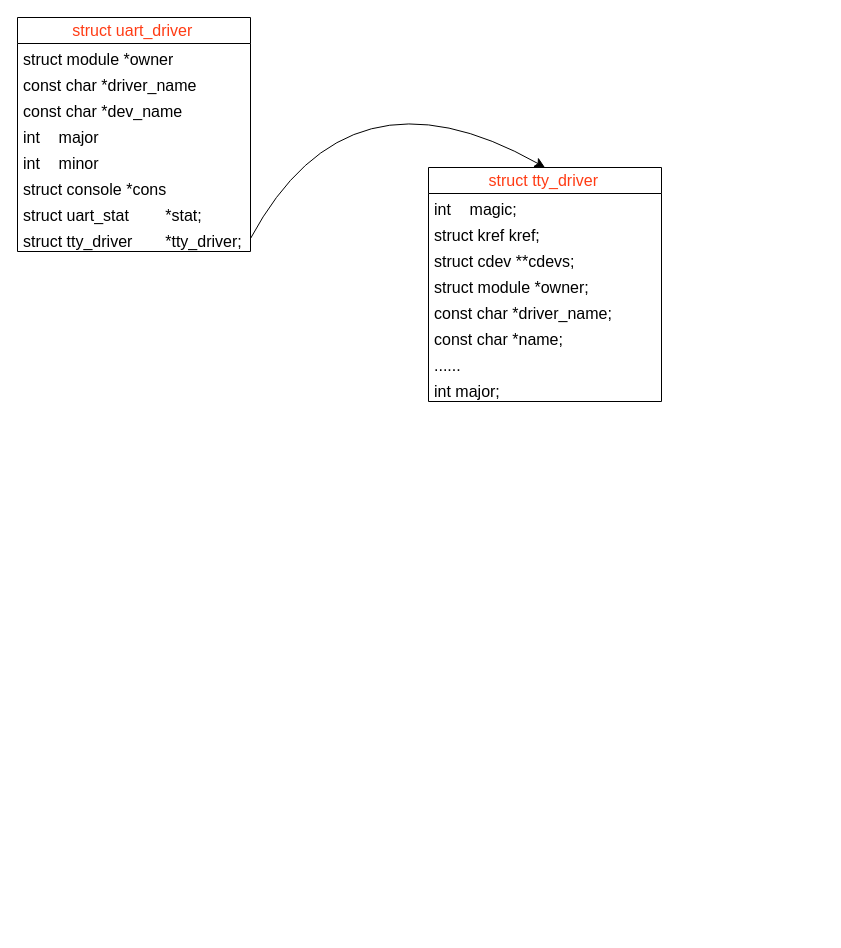
Earlier version of the draw.io diagram uart/uart-struct.drawio (ktinkone/draw-io-works). Source tidied: cells renumbered, new cells numbered last; positions are measured from the earlier drawing's top-left corner, leaving out a move shared by most shapes. Both pictures are drawn from the tidied source at 100%, with x=0, y=0 at pixel (17, 17).
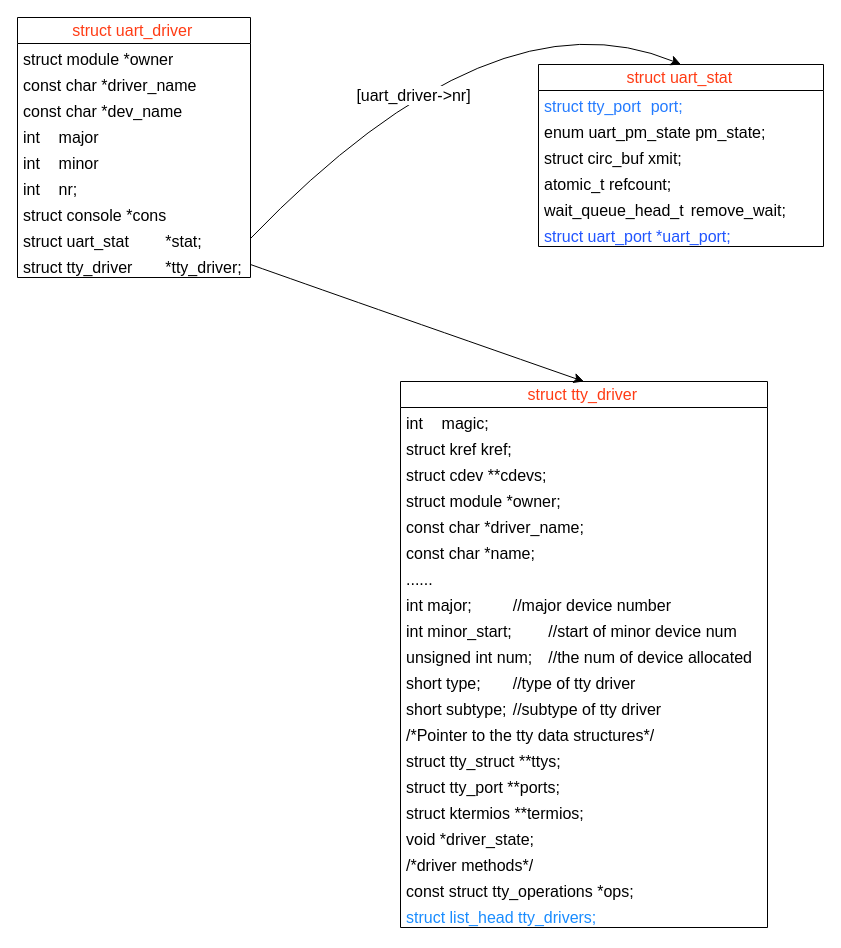
Above is the later version.

Change to the diagram source:
```diff
@@
     <mxCell id="2" value="&lt;font color=&quot;#ff3b14&quot;&gt;struct uart_driver&amp;nbsp;&lt;/font&gt;" style="swimlane;fontStyle=0;horizontal=1;startSize=26;fillColor=none;html=1;fontSize=16;" parent="1" vertex="1">
-      <mxGeometry width="233" height="234" as="geometry" />
+      <mxGeometry width="233" height="260" as="geometry" />
     </mxCell>
@@
+    <mxCell id="21" value="int&lt;span style=&quot;white-space: pre;&quot;&gt;&#9;&lt;/span&gt;nr;" style="text;strokeColor=none;fillColor=none;align=left;verticalAlign=top;spacingLeft=4;spacingRight=4;overflow=hidden;whiteSpace=wrap;html=1;fontSize=16;" parent="2" vertex="1">
+      <mxGeometry y="156" width="233" height="26" as="geometry" />
+    </mxCell>
     <mxCell id="8" value="struct console *cons" style="text;strokeColor=none;fillColor=none;align=left;verticalAlign=top;spacingLeft=4;spacingRight=4;overflow=hidden;whiteSpace=wrap;html=1;fontSize=16;" parent="2" vertex="1">
-      <mxGeometry y="156" width="233" height="26" as="geometry" />
+      <mxGeometry y="182" width="233" height="26" as="geometry" />
     </mxCell>
     <mxCell id="9" value="struct uart_stat&lt;span style=&quot;white-space: pre;&quot;&gt;&#9;&lt;/span&gt;*stat;" style="text;strokeColor=none;fillColor=none;align=left;verticalAlign=top;spacingLeft=4;spacingRight=4;overflow=hidden;points=[[0,0.5],[1,0.5]];portConstraint=eastwest;whiteSpace=wrap;html=1;fontSize=16;" parent="2" vertex="1">
-      <mxGeometry y="182" width="233" height="26" as="geometry" />
+      <mxGeometry y="208" width="233" height="26" as="geometry" />
     </mxCell>
     <mxCell id="10" value="struct tty_driver&lt;span style=&quot;white-space: pre;&quot;&gt;&#9;&lt;/span&gt;*tty_driver;" style="text;strokeColor=none;fillColor=none;align=left;verticalAlign=top;spacingLeft=4;spacingRight=4;overflow=hidden;points=[[0,0.5],[1,0.5]];portConstraint=eastwest;whiteSpace=wrap;html=1;fontSize=16;" parent="2" vertex="1">
-      <mxGeometry y="208" width="233" height="26" as="geometry" />
+      <mxGeometry y="234" width="233" height="26" as="geometry" />
     </mxCell>
     <mxCell id="11" value="&lt;font color=&quot;#ff3b14&quot;&gt;struct tty_driver&amp;nbsp;&lt;/font&gt;" style="swimlane;fontStyle=0;horizontal=1;startSize=26;fillColor=none;html=1;fontSize=16;" parent="1" vertex="1">
-      <mxGeometry x="411" y="150" width="233" height="234" as="geometry" />
+      <mxGeometry x="383" y="364" width="367" height="546" as="geometry" />
     </mxCell>
     <mxCell id="12" value="int&lt;span style=&quot;white-space: pre;&quot;&gt;&#9;&lt;/span&gt;magic;" style="text;strokeColor=none;fillColor=none;align=left;verticalAlign=top;spacingLeft=4;spacingRight=4;overflow=hidden;whiteSpace=wrap;html=1;fontSize=16;" parent="11" vertex="1">
-      <mxGeometry y="26" width="233" height="26" as="geometry" />
+      <mxGeometry y="26" width="367" height="26" as="geometry" />
     </mxCell>
     <mxCell id="13" value="struct kref kref;" style="text;strokeColor=none;fillColor=none;align=left;verticalAlign=top;spacingLeft=4;spacingRight=4;overflow=hidden;whiteSpace=wrap;html=1;fontSize=16;" parent="11" vertex="1">
-      <mxGeometry y="52" width="233" height="26" as="geometry" />
+      <mxGeometry y="52" width="367" height="26" as="geometry" />
     </mxCell>
     <mxCell id="14" value="struct cdev **cdevs;" style="text;strokeColor=none;fillColor=none;align=left;verticalAlign=top;spacingLeft=4;spacingRight=4;overflow=hidden;whiteSpace=wrap;html=1;fontSize=16;" parent="11" vertex="1">
-      <mxGeometry y="78" width="233" height="26" as="geometry" />
+      <mxGeometry y="78" width="367" height="26" as="geometry" />
     </mxCell>
     <mxCell id="15" value="struct module *owner;" style="text;strokeColor=none;fillColor=none;align=left;verticalAlign=top;spacingLeft=4;spacingRight=4;overflow=hidden;whiteSpace=wrap;html=1;fontSize=16;" parent="11" vertex="1">
-      <mxGeometry y="104" width="233" height="26" as="geometry" />
+      <mxGeometry y="104" width="367" height="26" as="geometry" />
     </mxCell>
     <mxCell id="16" value="const char *driver_name;" style="text;strokeColor=none;fillColor=none;align=left;verticalAlign=top;spacingLeft=4;spacingRight=4;overflow=hidden;whiteSpace=wrap;html=1;fontSize=16;" parent="11" vertex="1">
-      <mxGeometry y="130" width="233" height="26" as="geometry" />
+      <mxGeometry y="130" width="367" height="26" as="geometry" />
     </mxCell>
     <mxCell id="17" value="const char *name;" style="text;strokeColor=none;fillColor=none;align=left;verticalAlign=top;spacingLeft=4;spacingRight=4;overflow=hidden;whiteSpace=wrap;html=1;fontSize=16;" parent="11" vertex="1">
-      <mxGeometry y="156" width="233" height="26" as="geometry" />
+      <mxGeometry y="156" width="367" height="26" as="geometry" />
     </mxCell>
     <mxCell id="18" value="......" style="text;strokeColor=none;fillColor=none;align=left;verticalAlign=top;spacingLeft=4;spacingRight=4;overflow=hidden;whiteSpace=wrap;html=1;fontSize=16;" parent="11" vertex="1">
-      <mxGeometry y="182" width="233" height="26" as="geometry" />
+      <mxGeometry y="182" width="367" height="26" as="geometry" />
     </mxCell>
-    <mxCell id="19" value="int major;" style="text;strokeColor=none;fillColor=none;align=left;verticalAlign=top;spacingLeft=4;spacingRight=4;overflow=hidden;whiteSpace=wrap;html=1;fontSize=16;" parent="11" vertex="1">
-      <mxGeometry y="208" width="233" height="26" as="geometry" />
+    <mxCell id="19" value="int major;&lt;span style=&quot;white-space: pre;&quot;&gt;&#9;&lt;/span&gt;&lt;span style=&quot;white-space: pre;&quot;&gt;&#9;&lt;/span&gt;//major device number" style="text;strokeColor=none;fillColor=none;align=left;verticalAlign=top;spacingLeft=4;spacingRight=4;overflow=hidden;whiteSpace=wrap;html=1;fontSize=16;" parent="11" vertex="1">
+      <mxGeometry y="208" width="367" height="26" as="geometry" />
     </mxCell>
+    <mxCell id="22" value="int minor_start;&lt;span style=&quot;white-space: pre;&quot;&gt;&#9;&lt;/span&gt;//start of minor device num" style="text;strokeColor=none;fillColor=none;align=left;verticalAlign=top;spacingLeft=4;spacingRight=4;overflow=hidden;whiteSpace=wrap;html=1;fontSize=16;" parent="11" vertex="1">
+      <mxGeometry y="234" width="367" height="26" as="geometry" />
+    </mxCell>
+    <mxCell id="23" value="unsigned int num;&lt;span style=&quot;white-space: pre;&quot;&gt;&#9;&lt;/span&gt;//the num of device allocated" style="text;strokeColor=none;fillColor=none;align=left;verticalAlign=top;spacingLeft=4;spacingRight=4;overflow=hidden;whiteSpace=wrap;html=1;fontSize=16;" parent="11" vertex="1">
+      <mxGeometry y="260" width="367" height="26" as="geometry" />
+    </mxCell>
+    <mxCell id="24" value="short type;&lt;span style=&quot;white-space: pre;&quot;&gt;&#9;&lt;/span&gt;//type of tty driver" style="text;strokeColor=none;fillColor=none;align=left;verticalAlign=top;spacingLeft=4;spacingRight=4;overflow=hidden;whiteSpace=wrap;html=1;fontSize=16;" parent="11" vertex="1">
+      <mxGeometry y="286" width="367" height="26" as="geometry" />
+    </mxCell>
+    <mxCell id="25" value="short subtype;&lt;span style=&quot;white-space: pre;&quot;&gt;&#9;&lt;/span&gt;//subtype of tty driver" style="text;strokeColor=none;fillColor=none;align=left;verticalAlign=top;spacingLeft=4;spacingRight=4;overflow=hidden;whiteSpace=wrap;html=1;fontSize=16;" parent="11" vertex="1">
+      <mxGeometry y="312" width="367" height="26" as="geometry" />
+    </mxCell>
+    <mxCell id="26" value="/*Pointer to the tty data structures*/" style="text;strokeColor=none;fillColor=none;align=left;verticalAlign=top;spacingLeft=4;spacingRight=4;overflow=hidden;whiteSpace=wrap;html=1;fontSize=16;" parent="11" vertex="1">
+      <mxGeometry y="338" width="367" height="26" as="geometry" />
+    </mxCell>
+    <mxCell id="27" value="struct tty_struct **ttys;" style="text;strokeColor=none;fillColor=none;align=left;verticalAlign=top;spacingLeft=4;spacingRight=4;overflow=hidden;whiteSpace=wrap;html=1;fontSize=16;" parent="11" vertex="1">
+      <mxGeometry y="364" width="367" height="26" as="geometry" />
+    </mxCell>
+    <mxCell id="28" value="struct tty_port **ports;" style="text;strokeColor=none;fillColor=none;align=left;verticalAlign=top;spacingLeft=4;spacingRight=4;overflow=hidden;whiteSpace=wrap;html=1;fontSize=16;" parent="11" vertex="1">
+      <mxGeometry y="390" width="367" height="26" as="geometry" />
+    </mxCell>
+    <mxCell id="29" value="struct ktermios **termios;" style="text;strokeColor=none;fillColor=none;align=left;verticalAlign=top;spacingLeft=4;spacingRight=4;overflow=hidden;whiteSpace=wrap;html=1;fontSize=16;" parent="11" vertex="1">
+      <mxGeometry y="416" width="367" height="26" as="geometry" />
+    </mxCell>
+    <mxCell id="30" value="void *driver_state;" style="text;strokeColor=none;fillColor=none;align=left;verticalAlign=top;spacingLeft=4;spacingRight=4;overflow=hidden;whiteSpace=wrap;html=1;fontSize=16;" parent="11" vertex="1">
+      <mxGeometry y="442" width="367" height="26" as="geometry" />
+    </mxCell>
+    <mxCell id="31" value="/*driver methods*/" style="text;strokeColor=none;fillColor=none;align=left;verticalAlign=top;spacingLeft=4;spacingRight=4;overflow=hidden;whiteSpace=wrap;html=1;fontSize=16;" parent="11" vertex="1">
+      <mxGeometry y="468" width="367" height="26" as="geometry" />
+    </mxCell>
+    <mxCell id="32" value="const struct tty_operations *ops;" style="text;strokeColor=none;fillColor=none;align=left;verticalAlign=top;spacingLeft=4;spacingRight=4;overflow=hidden;whiteSpace=wrap;html=1;fontSize=16;" parent="11" vertex="1">
+      <mxGeometry y="494" width="367" height="26" as="geometry" />
+    </mxCell>
+    <mxCell id="33" value="&lt;font color=&quot;#198cff&quot;&gt;struct list_head tty_drivers;&lt;/font&gt;" style="text;strokeColor=none;fillColor=none;align=left;verticalAlign=top;spacingLeft=4;spacingRight=4;overflow=hidden;whiteSpace=wrap;html=1;fontSize=16;" parent="11" vertex="1">
+      <mxGeometry y="520" width="367" height="26" as="geometry" />
+    </mxCell>
     <mxCell id="20" style="edgeStyle=none;curved=1;rounded=0;jettySize=auto;html=1;exitX=1;exitY=0.5;exitDx=0;exitDy=0;entryX=0.5;entryY=0;entryDx=0;entryDy=0;fontSize=12;startSize=8;endSize=8;" parent="1" edge="1" source="10" target="11">
       <mxGeometry relative="1" as="geometry">
         <Array as="points">
-          <mxPoint x="331" y="39" />
+          <mxPoint x="326" y="280" />
         </Array>
       </mxGeometry>
     </mxCell>
+    <mxCell id="34" value="&lt;font color=&quot;#ff3b14&quot;&gt;struct uart_stat&amp;nbsp;&lt;/font&gt;" style="swimlane;fontStyle=0;horizontal=1;startSize=26;fillColor=none;html=1;fontSize=16;" parent="1" vertex="1">
+      <mxGeometry x="521" y="47" width="285" height="182" as="geometry" />
+    </mxCell>
+    <mxCell id="35" value="&lt;font color=&quot;#247bff&quot;&gt;struct tty_port&lt;span style=&quot;white-space: pre;&quot;&gt;&#9;&lt;/span&gt;port;&lt;/font&gt;" style="text;strokeColor=none;fillColor=none;align=left;verticalAlign=top;spacingLeft=4;spacingRight=4;overflow=hidden;whiteSpace=wrap;html=1;fontSize=16;" parent="34" vertex="1">
+      <mxGeometry y="26" width="285" height="26" as="geometry" />
+    </mxCell>
+    <mxCell id="36" value="enum uart_pm_state pm_state;" style="text;strokeColor=none;fillColor=none;align=left;verticalAlign=top;spacingLeft=4;spacingRight=4;overflow=hidden;whiteSpace=wrap;html=1;fontSize=16;" parent="34" vertex="1">
+      <mxGeometry y="52" width="285" height="26" as="geometry" />
+    </mxCell>
+    <mxCell id="37" value="struct circ_buf xmit;" style="text;strokeColor=none;fillColor=none;align=left;verticalAlign=top;spacingLeft=4;spacingRight=4;overflow=hidden;whiteSpace=wrap;html=1;fontSize=16;" parent="34" vertex="1">
+      <mxGeometry y="78" width="285" height="26" as="geometry" />
+    </mxCell>
+    <mxCell id="38" value="atomic_t refcount;" style="text;strokeColor=none;fillColor=none;align=left;verticalAlign=top;spacingLeft=4;spacingRight=4;overflow=hidden;whiteSpace=wrap;html=1;fontSize=16;" parent="34" vertex="1">
+      <mxGeometry y="104" width="285" height="26" as="geometry" />
+    </mxCell>
+    <mxCell id="39" value="wait_queue_head_t&lt;span style=&quot;white-space: pre;&quot;&gt;&#9;&lt;/span&gt;&amp;nbsp;remove_wait;" style="text;strokeColor=none;fillColor=none;align=left;verticalAlign=top;spacingLeft=4;spacingRight=4;overflow=hidden;whiteSpace=wrap;html=1;fontSize=16;" parent="34" vertex="1">
+      <mxGeometry y="130" width="285" height="26" as="geometry" />
+    </mxCell>
+    <mxCell id="40" value="&lt;font color=&quot;#2155ff&quot;&gt;struct uart_port *uart_port;&lt;/font&gt;" style="text;strokeColor=none;fillColor=none;align=left;verticalAlign=top;spacingLeft=4;spacingRight=4;overflow=hidden;whiteSpace=wrap;html=1;fontSize=16;" parent="34" vertex="1">
+      <mxGeometry y="156" width="285" height="26" as="geometry" />
+    </mxCell>
+    <mxCell id="41" style="edgeStyle=none;curved=1;rounded=0;jettySize=auto;html=1;exitX=1;exitY=0.5;exitDx=0;exitDy=0;entryX=0.5;entryY=0;entryDx=0;entryDy=0;fontSize=12;startSize=8;endSize=8;" parent="1" edge="1" source="9" target="34">
+      <mxGeometry relative="1" as="geometry">
+        <Array as="points">
+          <mxPoint x="476" y="-31" />
+        </Array>
+      </mxGeometry>
+    </mxCell>
+    <mxCell id="42" value="[uart_driver-&amp;gt;nr]" style="edgeLabel;html=1;align=center;verticalAlign=middle;fontSize=16;" parent="41" vertex="1">
+      <mxGeometry x="-0.22" y="-17" relative="1" as="geometry" />
+    </mxCell>
```
